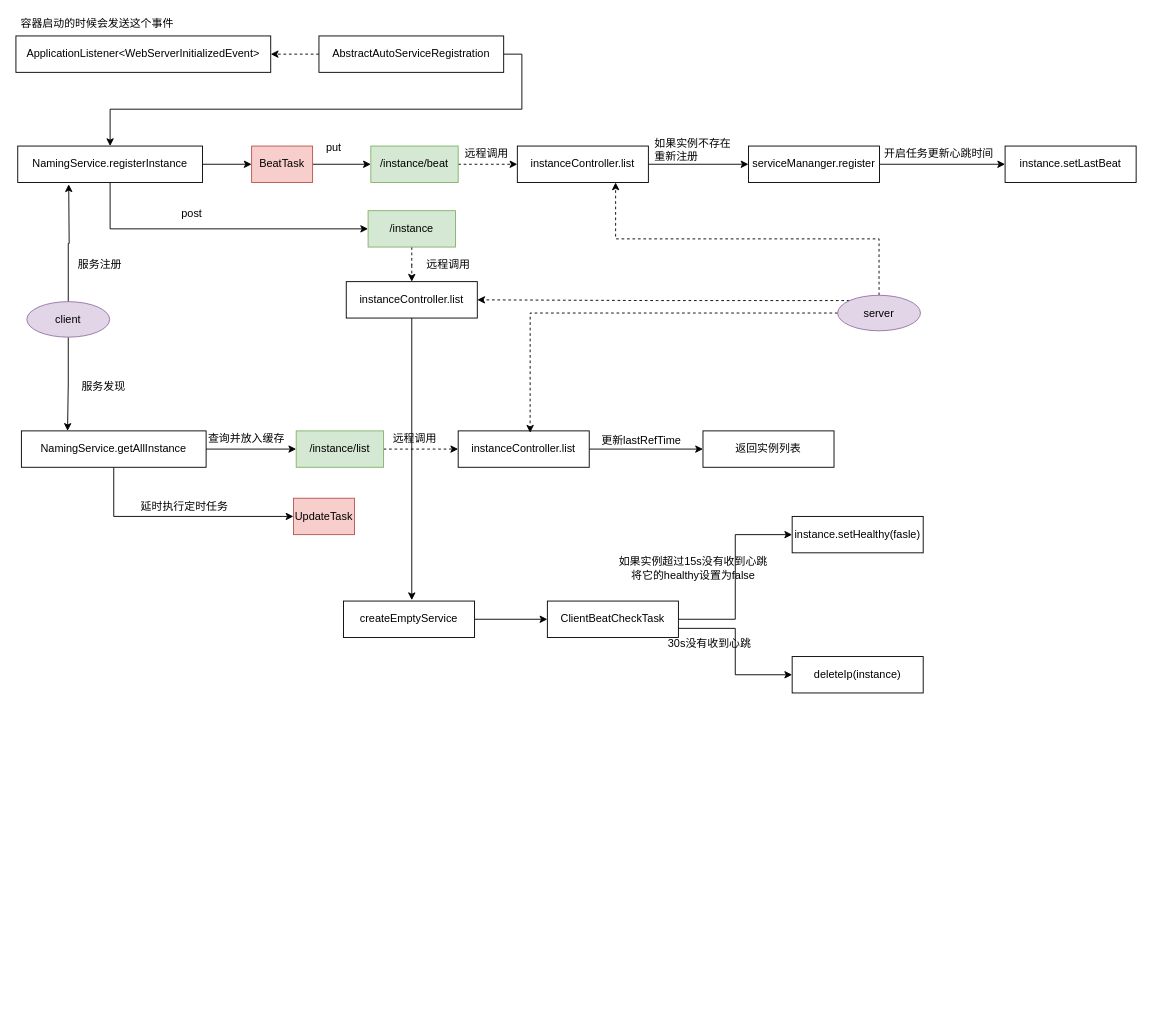
Earlier version of the draw.io diagram spring-cloud-alibaba.drawio (wang86924324/workstation). Source tidied: cells renumbered, new cells numbered last; positions are measured from the earlier drawing's top-left corner, leaving out a move shared by most shapes. Both pictures are drawn from the tidied source at 91%, with x=0, y=0 at pixel (15, 15).
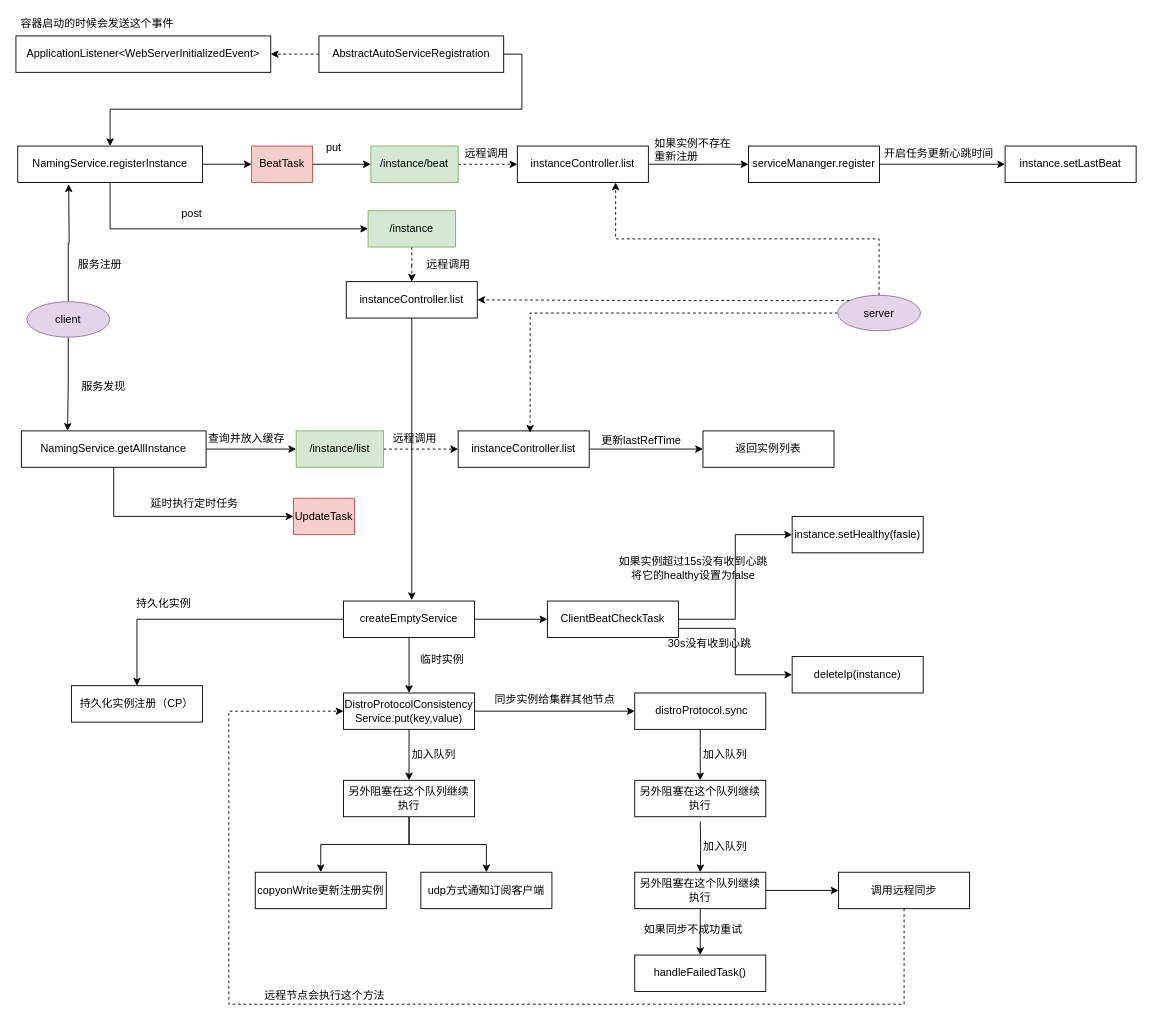
After the change.

The change refers to these unchanged cells:
```xml
<mxCell id="52" value="createEmptyService" style="rounded=0;whiteSpace=wrap;html=1;" parent="1" vertex="1">
  <mxGeometry x="360" y="643" width="144" height="40" as="geometry" />
</mxCell>
```

Diff of the diagram source:
```diff
@@
     <mxCell id="28" value="延时执行定时任务" style="text;html=1;align=center;verticalAlign=middle;strokeColor=none;" parent="1" vertex="1">
-      <mxGeometry x="132" y="530" width="106" height="18" as="geometry" />
+      <mxGeometry x="143" y="527" width="106" height="18" as="geometry" />
     </mxCell>
@@
+    <mxCell id="60" style="edgeStyle=orthogonalEdgeStyle;rounded=0;jettySize=auto;html=1;exitX=0;exitY=0.5;exitDx=0;exitDy=0;entryX=0.5;entryY=0;entryDx=0;entryDy=0;" parent="1" edge="1" source="52" target="62">
+      <mxGeometry relative="1" as="geometry" />
+    </mxCell>
+    <mxCell id="61" style="edgeStyle=orthogonalEdgeStyle;rounded=0;jettySize=auto;html=1;exitX=0.5;exitY=1;exitDx=0;exitDy=0;" parent="1" edge="1" source="52" target="65">
+      <mxGeometry relative="1" as="geometry" />
+    </mxCell>
@@
+    <mxCell id="62" value="持久化实例注册（CP）" style="rounded=0;whiteSpace=wrap;html=1;" parent="1" vertex="1">
+      <mxGeometry x="61" y="736" width="144" height="40" as="geometry" />
+    </mxCell>
+    <mxCell id="63" style="edgeStyle=orthogonalEdgeStyle;rounded=0;jettySize=auto;html=1;exitX=0.5;exitY=1;exitDx=0;exitDy=0;" parent="1" edge="1" source="65" target="70">
+      <mxGeometry relative="1" as="geometry" />
+    </mxCell>
+    <mxCell id="64" style="edgeStyle=orthogonalEdgeStyle;rounded=0;jettySize=auto;html=1;exitX=1;exitY=0.5;exitDx=0;exitDy=0;" parent="1" edge="1" source="65" target="75">
+      <mxGeometry relative="1" as="geometry" />
+    </mxCell>
+    <mxCell id="65" value="DistroProtocolConsistency&lt;br&gt;Service.put(key,value)" style="rounded=0;whiteSpace=wrap;html=1;" parent="1" vertex="1">
+      <mxGeometry x="360" y="744" width="144" height="40" as="geometry" />
+    </mxCell>
+    <mxCell id="66" value="持久化实例" style="text;html=1;align=center;verticalAlign=middle;strokeColor=none;" parent="1" vertex="1">
+      <mxGeometry x="127" y="637" width="70" height="18" as="geometry" />
+    </mxCell>
+    <mxCell id="67" value="临时实例" style="text;html=1;align=center;verticalAlign=middle;strokeColor=none;" parent="1" vertex="1">
+      <mxGeometry x="439" y="699" width="58" height="18" as="geometry" />
+    </mxCell>
+    <mxCell id="68" style="edgeStyle=orthogonalEdgeStyle;rounded=0;jettySize=auto;html=1;" parent="1" edge="1" source="70" target="72">
+      <mxGeometry relative="1" as="geometry" />
+    </mxCell>
+    <mxCell id="69" style="edgeStyle=orthogonalEdgeStyle;rounded=0;jettySize=auto;html=1;exitX=0.5;exitY=1;exitDx=0;exitDy=0;entryX=0.5;entryY=0;entryDx=0;entryDy=0;" parent="1" edge="1" source="70" target="73">
+      <mxGeometry relative="1" as="geometry" />
+    </mxCell>
+    <mxCell id="70" value="另外阻塞在这个队列继续执行" style="rounded=0;whiteSpace=wrap;html=1;" parent="1" vertex="1">
+      <mxGeometry x="360" y="840" width="144" height="40" as="geometry" />
+    </mxCell>
+    <mxCell id="71" value="加入队列" style="text;html=1;align=center;verticalAlign=middle;strokeColor=none;" parent="1" vertex="1">
+      <mxGeometry x="430" y="803" width="58" height="18" as="geometry" />
+    </mxCell>
+    <mxCell id="72" value="copyonWrite更新注册实例" style="rounded=0;whiteSpace=wrap;html=1;" parent="1" vertex="1">
+      <mxGeometry x="263" y="941" width="144" height="40" as="geometry" />
+    </mxCell>
+    <mxCell id="73" value="udp方式通知订阅客户端" style="rounded=0;whiteSpace=wrap;html=1;" parent="1" vertex="1">
+      <mxGeometry x="445" y="941" width="144" height="40" as="geometry" />
+    </mxCell>
+    <mxCell id="74" style="edgeStyle=orthogonalEdgeStyle;rounded=0;jettySize=auto;html=1;exitX=0.5;exitY=1;exitDx=0;exitDy=0;" parent="1" edge="1" source="75" target="77">
+      <mxGeometry relative="1" as="geometry" />
+    </mxCell>
+    <mxCell id="75" value="&amp;nbsp;distroProtocol.sync" style="rounded=0;whiteSpace=wrap;html=1;" parent="1" vertex="1">
+      <mxGeometry x="680" y="744" width="144" height="40" as="geometry" />
+    </mxCell>
+    <mxCell id="76" value="同步实例给集群其他节点" style="text;html=1;align=center;verticalAlign=middle;strokeColor=none;" parent="1" vertex="1">
+      <mxGeometry x="521" y="742" width="142" height="18" as="geometry" />
+    </mxCell>
+    <mxCell id="77" value="另外阻塞在这个队列继续执行" style="rounded=0;whiteSpace=wrap;html=1;" parent="1" vertex="1">
+      <mxGeometry x="680" y="840" width="144" height="40" as="geometry" />
+    </mxCell>
+    <mxCell id="78" value="加入队列" style="text;html=1;align=center;verticalAlign=middle;strokeColor=none;" parent="1" vertex="1">
+      <mxGeometry x="750" y="803" width="58" height="18" as="geometry" />
+    </mxCell>
+    <mxCell id="79" style="edgeStyle=orthogonalEdgeStyle;rounded=0;jettySize=auto;html=1;exitX=0.5;exitY=1;exitDx=0;exitDy=0;" parent="1" edge="1" target="82">
+      <mxGeometry relative="1" as="geometry">
+        <mxPoint x="752" y="885" as="sourcePoint" />
+      </mxGeometry>
+    </mxCell>
+    <mxCell id="80" style="edgeStyle=orthogonalEdgeStyle;rounded=0;jettySize=auto;html=1;" parent="1" edge="1" source="82" target="85">
+      <mxGeometry relative="1" as="geometry" />
+    </mxCell>
+    <mxCell id="81" style="edgeStyle=orthogonalEdgeStyle;rounded=0;jettySize=auto;html=1;" parent="1" edge="1" source="82" target="86">
+      <mxGeometry relative="1" as="geometry" />
+    </mxCell>
+    <mxCell id="82" value="另外阻塞在这个队列继续执行" style="rounded=0;whiteSpace=wrap;html=1;" parent="1" vertex="1">
+      <mxGeometry x="680" y="941" width="144" height="40" as="geometry" />
+    </mxCell>
+    <mxCell id="83" value="加入队列" style="text;html=1;align=center;verticalAlign=middle;strokeColor=none;" parent="1" vertex="1">
+      <mxGeometry x="750" y="904" width="58" height="18" as="geometry" />
+    </mxCell>
+    <mxCell id="84" style="edgeStyle=orthogonalEdgeStyle;rounded=0;jettySize=auto;html=1;exitX=0.5;exitY=1;exitDx=0;exitDy=0;entryX=0;entryY=0.5;entryDx=0;entryDy=0;dashed=1;" parent="1" edge="1" source="85" target="65">
+      <mxGeometry relative="1" as="geometry">
+        <Array as="points">
+          <mxPoint x="976" y="1086" />
+          <mxPoint x="234" y="1086" />
+          <mxPoint x="234" y="764" />
+        </Array>
+      </mxGeometry>
+    </mxCell>
+    <mxCell id="85" value="调用远程同步" style="rounded=0;whiteSpace=wrap;html=1;" parent="1" vertex="1">
+      <mxGeometry x="904" y="941" width="144" height="40" as="geometry" />
+    </mxCell>
+    <mxCell id="86" value="handleFailedTask()" style="rounded=0;whiteSpace=wrap;html=1;" parent="1" vertex="1">
+      <mxGeometry x="680" y="1032" width="144" height="40" as="geometry" />
+    </mxCell>
+    <mxCell id="87" value="如果同步不成功重试" style="text;html=1;align=center;verticalAlign=middle;strokeColor=none;" parent="1" vertex="1">
+      <mxGeometry x="684.5" y="995" width="118" height="18" as="geometry" />
+    </mxCell>
+    <mxCell id="88" value="远程节点会执行这个方法" style="text;html=1;align=center;verticalAlign=middle;strokeColor=none;" parent="1" vertex="1">
+      <mxGeometry x="267.5" y="1068" width="142" height="18" as="geometry" />
+    </mxCell>
```
